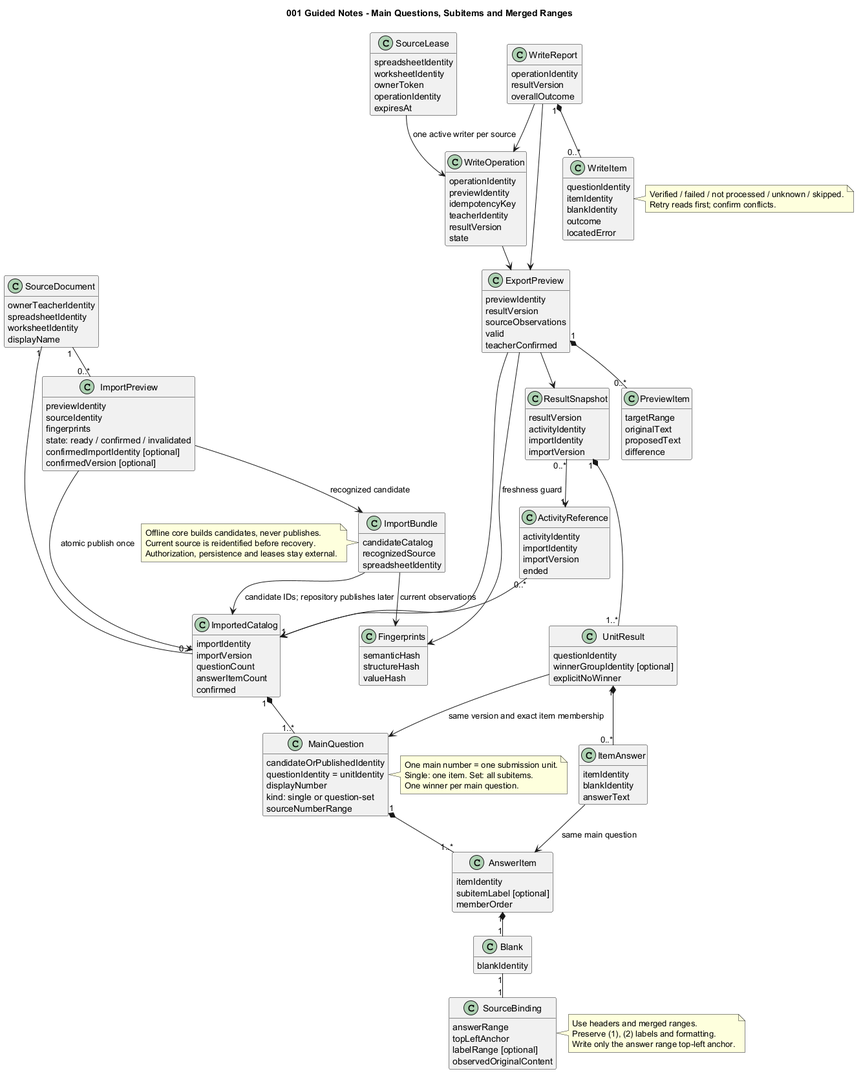
This is diagrams/001-guided-notes-class.png from Afra0704/se2026-group20-speckit, a PlantUML export, as it was before one commit.
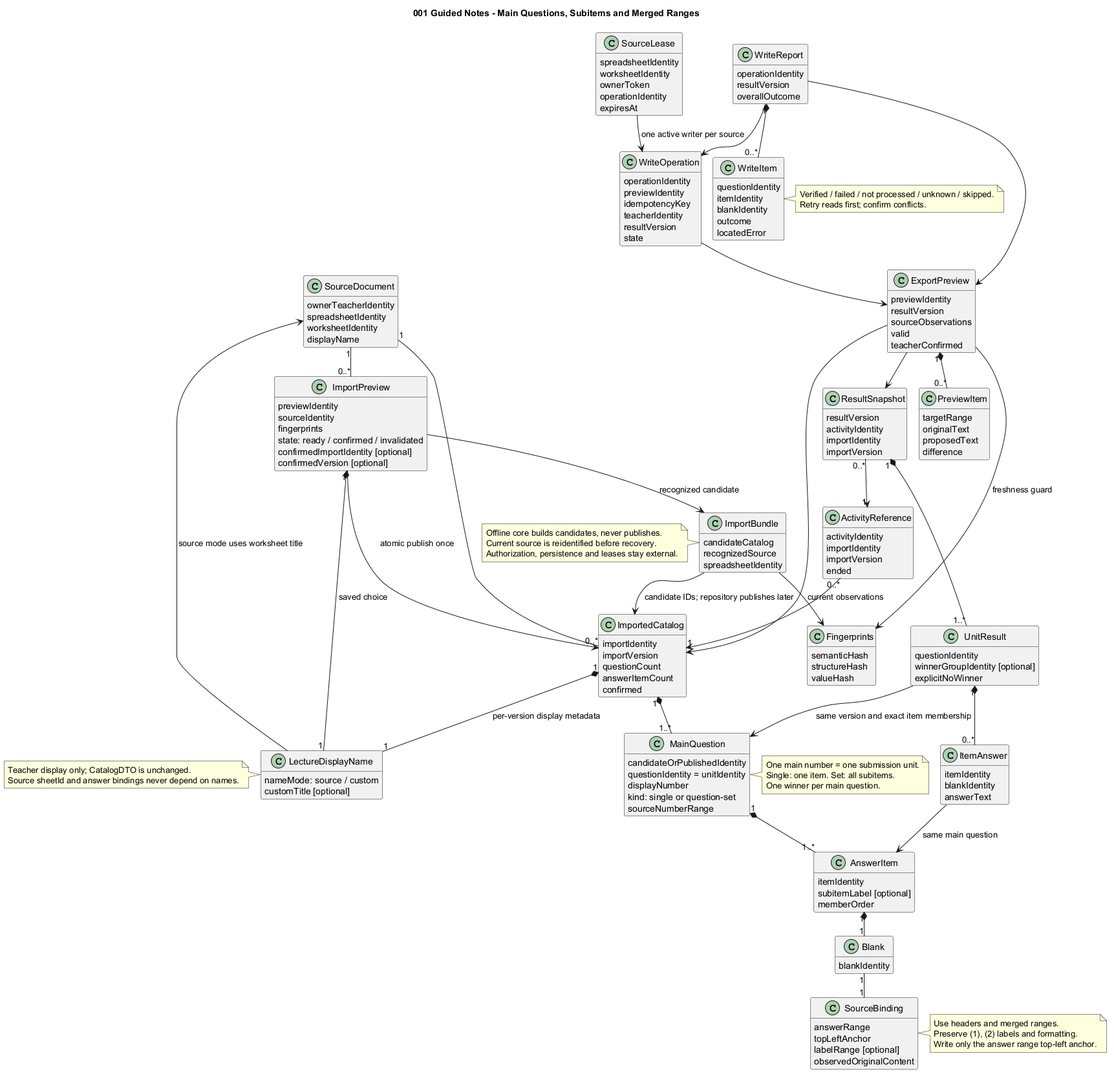
The same diagram one commit later.

What changed in the source:
```diff
@@ -24,6 +24,10 @@
  state: ready / confirmed / invalidated
  confirmedImportIdentity [optional]
  confirmedVersion [optional]
+}
+class LectureDisplayName {
+ nameMode: source / custom
+ customTitle [optional]
 }
 class MainQuestion {
  candidateOrPublishedIdentity
@@ -122,6 +126,9 @@
 SourceDocument "1" -- "0..*" ImportPreview
 ImportPreview --> ImportBundle : recognized candidate
 ImportPreview --> ImportedCatalog : atomic publish once
+ImportPreview "1" *-- "1" LectureDisplayName : saved choice
+ImportedCatalog "1" *-- "1" LectureDisplayName : per-version display metadata
+LectureDisplayName --> SourceDocument : source mode uses worksheet title
 ImportBundle --> ImportedCatalog : candidate IDs; repository publishes later
 ImportBundle --> Fingerprints : current observations
 ExportPreview --> Fingerprints : freshness guard
@@ -158,6 +165,10 @@
 Current source is reidentified before recovery.
 Authorization, persistence and leases stay external.
 end note
+note left of LectureDisplayName
+Teacher display only; CatalogDTO is unchanged.
+Source sheetId and answer bindings never depend on names.
+end note
 note right of WriteItem
 Verified / failed / not processed / unknown / skipped.
 Retry reads first; confirm conflicts.
```
